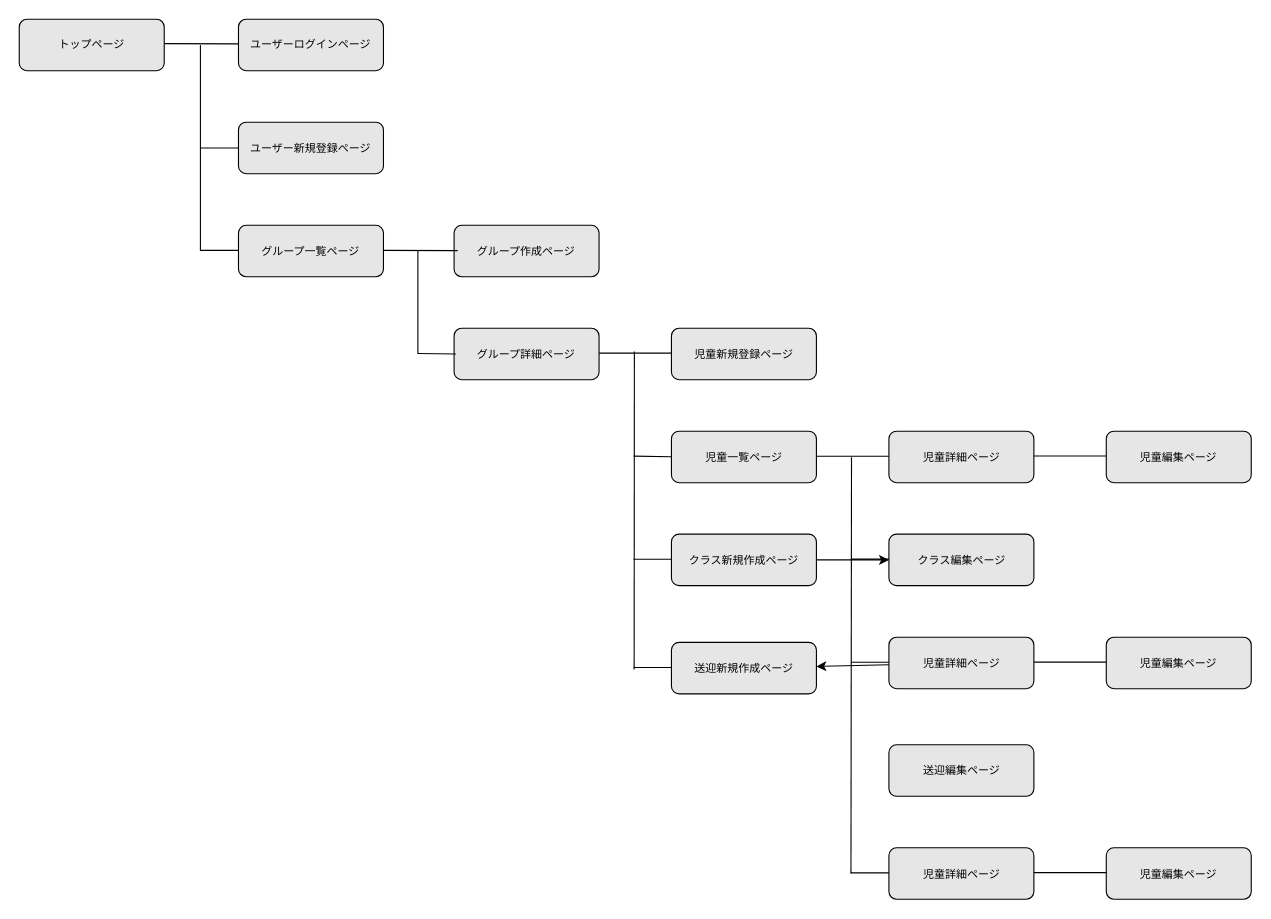
Above: flow_chart.dio in rrr-ryu/wasurena (draw.io), before the change. Source tidied: cells renumbered, new cells numbered last; positions are measured from the earlier drawing's top-left corner, leaving out a move shared by most shapes. Both pictures are drawn from the tidied source at 110%, with x=0, y=0 at pixel (19, 19).
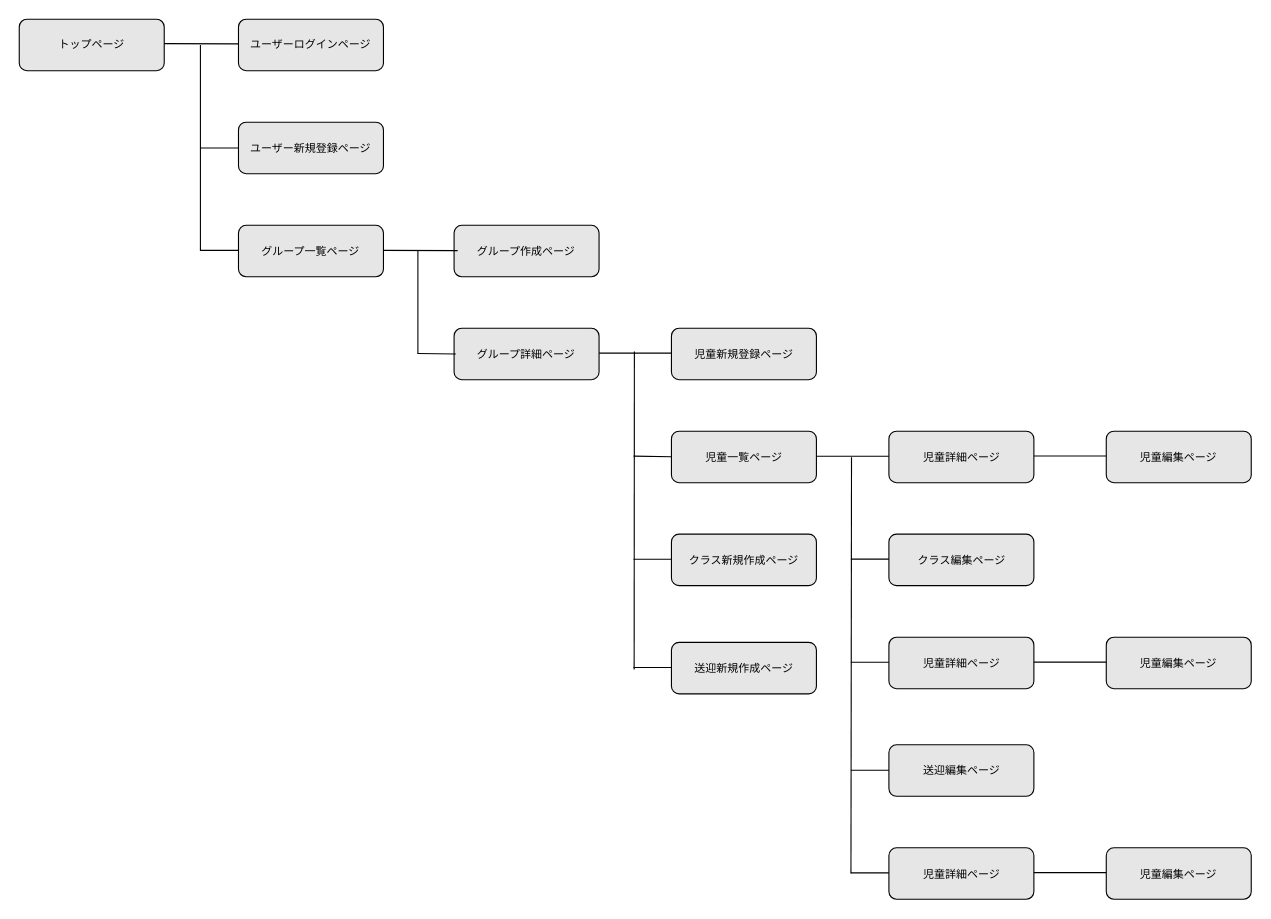
After the change.

Unchanged cells that the change refers to:
```xml
<mxCell id="2" style="group;" parent="1" vertex="1">
  <mxGeometry width="1120" height="800" as="geometry" />
</mxCell>
<mxCell id="8" value="送迎新規作成ページ" style="rounded=1;whiteSpace=wrap;html=1;fillColor=#E6E6E6;fontColor=#000000;strokeWidth=1;strokeColor=#000000;snapToPoint=0;fontSize=10;" parent="2" vertex="1">
  <mxGeometry x="592.9" y="566.5" width="131.8" height="46.8" as="geometry" />
</mxCell>
<mxCell id="9" value="クラス新規作成ページ" style="rounded=1;whiteSpace=wrap;html=1;fillColor=#E6E6E6;fontColor=#000000;strokeWidth=1;strokeColor=#000000;snapToPoint=0;fontSize=10;" parent="2" vertex="1">
  <mxGeometry x="592.9" y="468.1" width="131.8" height="46.8" as="geometry" />
</mxCell>
<mxCell id="30" value="児童詳細ページ" style="rounded=1;whiteSpace=wrap;html=1;fillColor=#E6E6E6;fontColor=#000000;strokeWidth=1;strokeColor=#000000;snapToPoint=0;fontSize=10;" parent="2" vertex="1">
  <mxGeometry x="790.6" y="561.8" width="131.8" height="46.8" as="geometry" />
</mxCell>
<mxCell id="32" value="クラス編集ページ" style="rounded=1;whiteSpace=wrap;html=1;fillColor=#E6E6E6;fontColor=#000000;strokeWidth=1;strokeColor=#000000;snapToPoint=0;fontSize=10;" parent="2" vertex="1">
  <mxGeometry x="790.6" y="468.1" width="131.8" height="46.8" as="geometry" />
</mxCell>
```

Change to the diagram source:
```diff
@@
-    <mxCell id="29" style="edgeStyle=none;html=1;fontSize=10;" parent="2" edge="1" source="30" target="8">
-      <mxGeometry relative="1" as="geometry" />
-    </mxCell>
@@
-    <mxCell id="33" style="edgeStyle=none;html=1;fontSize=10;" parent="2" edge="1" source="9" target="32">
-      <mxGeometry relative="1" as="geometry" />
-    </mxCell>
@@
+    <mxCell id="43" style="endArrow=none;html=1;rounded=0;fontFamily=Helvetica;fontSize=10;fontColor=#000000;strokeColor=#000000;strokeWidth=1;entryX=0;entryY=0.5;entryDx=0;entryDy=0;" parent="2" edge="1">
+      <mxGeometry relative="1" as="geometry">
+        <mxPoint x="756" y="682.7" as="sourcePoint" />
+        <mxPoint x="790.6" y="682.7" as="targetPoint" />
+      </mxGeometry>
+    </mxCell>
```
